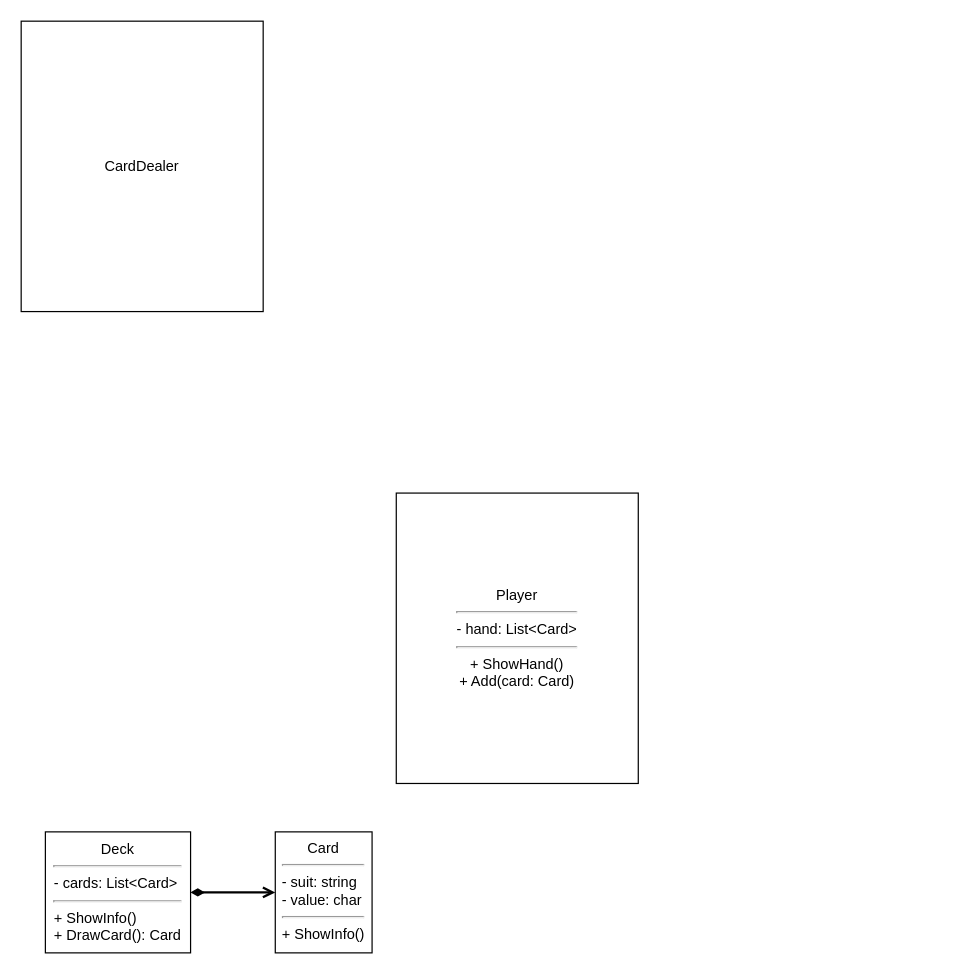
This is page "Колода Карт" (2 of 4) of Диаграмма без названия.drawio from GigaOrts/UML-IJunior, a draw.io file, before an edit. Source tidied: cells renumbered, new cells numbered last; positions are measured from the earlier drawing's top-left corner, leaving out a move shared by most shapes. Both pictures are drawn from the tidied source at 121%, with x=0, y=0 at pixel (21, 21).
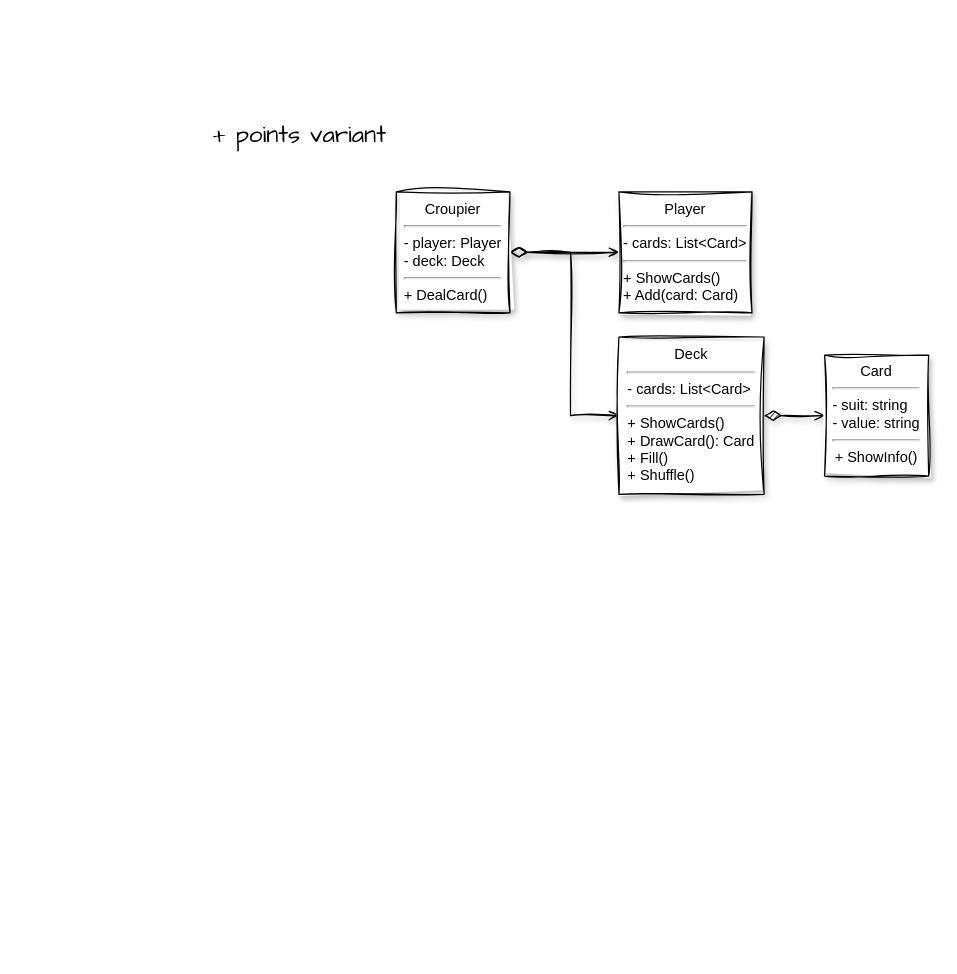
The same diagram, later.

What changed in the source:
```diff
@@
 <mxGraphModel>
   <root>
     <mxCell id="0" />
     <mxCell id="1" parent="0" />
+    <mxCell id="7" style="edgeStyle=orthogonalEdgeStyle;rounded=0;jettySize=auto;html=1;entryX=0;entryY=0.5;entryDx=0;entryDy=0;startArrow=diamondThin;startFill=0;strokeWidth=1;startSize=12;endSize=6;endArrow=open;endFill=0;exitX=1;exitY=0.5;exitDx=0;exitDy=0;sketch=1;curveFitting=1;jiggle=2;shadow=1;" parent="1" edge="1" source="2" target="5">
+      <mxGeometry relative="1" as="geometry">
+        <Array as="points">
+          <mxPoint x="454" y="191" />
+          <mxPoint x="454" y="326" />
+        </Array>
+      </mxGeometry>
+    </mxCell>
+    <mxCell id="8" style="edgeStyle=orthogonalEdgeStyle;jettySize=auto;html=1;startArrow=diamondThin;startFill=0;strokeWidth=1;endSize=6;startSize=12;endArrow=open;endFill=0;entryX=0;entryY=0.5;entryDx=0;entryDy=0;rounded=0;sketch=1;curveFitting=1;jiggle=2;shadow=1;" parent="1" edge="1" source="2" target="3">
+      <mxGeometry relative="1" as="geometry" />
+    </mxCell>
-    <mxCell id="2" value="CardDealer" style="rounded=0;whiteSpace=wrap;html=1;" parent="1" vertex="1">
-      <mxGeometry width="200" height="240" as="geometry" />
+    <mxCell id="2" value="Croupier&lt;br&gt;&lt;hr&gt;&lt;div style=&quot;text-align: left;&quot;&gt;&lt;span style=&quot;background-color: initial;&quot;&gt;- player: Player&lt;/span&gt;&lt;/div&gt;&lt;div style=&quot;text-align: left;&quot;&gt;&lt;span style=&quot;background-color: initial;&quot;&gt;- deck: Deck&lt;/span&gt;&lt;/div&gt;&lt;hr style=&quot;text-align: left;&quot;&gt;&lt;div style=&quot;text-align: left;&quot;&gt;&lt;span style=&quot;background-color: initial;&quot;&gt;+ DealCard()&lt;/span&gt;&lt;/div&gt;" style="rounded=0;whiteSpace=wrap;html=1;sketch=1;curveFitting=1;jiggle=2;shadow=1;" parent="1" vertex="1">
+      <mxGeometry x="310" y="141" width="94" height="100" as="geometry" />
     </mxCell>
-    <mxCell id="3" value="Player&lt;br&gt;&lt;hr&gt;- hand: List&amp;lt;Card&amp;gt;&lt;br&gt;&lt;hr&gt;+ ShowHand()&lt;br&gt;+ Add(card: Card)" style="rounded=0;whiteSpace=wrap;html=1;" parent="1" vertex="1">
-      <mxGeometry x="310" y="390" width="200" height="240" as="geometry" />
+    <mxCell id="3" value="Player&lt;br&gt;&lt;hr&gt;&lt;div style=&quot;text-align: left;&quot;&gt;&lt;span style=&quot;background-color: initial;&quot;&gt;- cards: List&amp;lt;Card&amp;gt;&lt;/span&gt;&lt;/div&gt;&lt;hr style=&quot;text-align: left;&quot;&gt;&lt;div style=&quot;text-align: left;&quot;&gt;&lt;span style=&quot;background-color: initial;&quot;&gt;+ ShowCards()&lt;/span&gt;&lt;/div&gt;&lt;div style=&quot;text-align: left;&quot;&gt;&lt;span style=&quot;background-color: initial;&quot;&gt;+ Add(card: Card)&lt;/span&gt;&lt;/div&gt;" style="rounded=0;whiteSpace=wrap;html=1;sketch=1;curveFitting=1;jiggle=2;shadow=1;" parent="1" vertex="1">
+      <mxGeometry x="494" y="141" width="110" height="100" as="geometry" />
     </mxCell>
-    <mxCell id="4" style="edgeStyle=orthogonalEdgeStyle;rounded=0;jettySize=auto;html=1;startArrow=diamondThin;startFill=1;strokeWidth=2;endArrow=open;endFill=0;" parent="1" edge="1" source="5" target="6">
+    <mxCell id="4" style="edgeStyle=orthogonalEdgeStyle;rounded=0;jettySize=auto;html=1;startArrow=diamondThin;startFill=1;strokeWidth=1;endArrow=open;endFill=0;startSize=12;endSize=6;sketch=1;curveFitting=1;jiggle=2;shadow=1;" parent="1" edge="1" source="5" target="6">
       <mxGeometry relative="1" as="geometry" />
     </mxCell>
-    <mxCell id="5" value="Deck&lt;br&gt;&lt;hr&gt;&lt;div style=&quot;text-align: left;&quot;&gt;&lt;span style=&quot;background-color: initial;&quot;&gt;- cards: List&amp;lt;Card&amp;gt;&lt;/span&gt;&lt;/div&gt;&lt;hr style=&quot;text-align: left;&quot;&gt;&lt;div style=&quot;text-align: left;&quot;&gt;&lt;span style=&quot;background-color: initial;&quot;&gt;+ ShowInfo()&lt;/span&gt;&lt;/div&gt;&lt;div style=&quot;text-align: left;&quot;&gt;&lt;span style=&quot;background-color: initial;&quot;&gt;+ DrawCard(): Card&lt;/span&gt;&lt;/div&gt;" style="rounded=0;whiteSpace=wrap;html=1;fontSize=12;" parent="1" vertex="1">
-      <mxGeometry x="20" y="670" width="120" height="100" as="geometry" />
+    <mxCell id="5" value="Deck&lt;br&gt;&lt;hr&gt;&lt;div style=&quot;text-align: left;&quot;&gt;&lt;span style=&quot;background-color: initial;&quot;&gt;- cards: List&amp;lt;Card&amp;gt;&lt;/span&gt;&lt;/div&gt;&lt;hr style=&quot;text-align: left;&quot;&gt;&lt;div style=&quot;text-align: left;&quot;&gt;&lt;span style=&quot;background-color: initial;&quot;&gt;+ ShowCards()&lt;/span&gt;&lt;/div&gt;&lt;div style=&quot;text-align: left;&quot;&gt;&lt;span style=&quot;background-color: initial;&quot;&gt;+ DrawCard(): Card&lt;/span&gt;&lt;/div&gt;&lt;div style=&quot;text-align: left;&quot;&gt;&lt;span style=&quot;background-color: initial;&quot;&gt;+ Fill()&lt;/span&gt;&lt;/div&gt;&lt;div style=&quot;text-align: left;&quot;&gt;&lt;span style=&quot;background-color: initial;&quot;&gt;+ Shuffle()&lt;/span&gt;&lt;/div&gt;" style="rounded=0;whiteSpace=wrap;html=1;fontSize=12;sketch=1;curveFitting=1;jiggle=2;shadow=1;" parent="1" vertex="1">
+      <mxGeometry x="494" y="261" width="120" height="130" as="geometry" />
     </mxCell>
-    <mxCell id="6" value="&lt;div style=&quot;&quot;&gt;&lt;span style=&quot;background-color: initial;&quot;&gt;Card&lt;/span&gt;&lt;/div&gt;&lt;div style=&quot;&quot;&gt;&lt;hr&gt;&lt;/div&gt;&lt;div style=&quot;text-align: left;&quot;&gt;&lt;span style=&quot;background-color: initial;&quot;&gt;- suit: string&lt;/span&gt;&lt;/div&gt;&lt;div style=&quot;text-align: left;&quot;&gt;&lt;span style=&quot;background-color: initial;&quot;&gt;- value: char&lt;/span&gt;&lt;/div&gt;&lt;hr&gt;+ ShowInfo()" style="rounded=0;whiteSpace=wrap;html=1;align=center;verticalAlign=top;horizontal=1;" parent="1" vertex="1">
-      <mxGeometry x="210" y="670" width="80" height="100" as="geometry" />
+    <mxCell id="6" value="&lt;div style=&quot;&quot;&gt;&lt;span style=&quot;background-color: initial;&quot;&gt;Card&lt;/span&gt;&lt;/div&gt;&lt;div style=&quot;&quot;&gt;&lt;hr&gt;&lt;/div&gt;&lt;div style=&quot;text-align: left;&quot;&gt;&lt;span style=&quot;background-color: initial;&quot;&gt;- suit: string&lt;/span&gt;&lt;/div&gt;&lt;div style=&quot;text-align: left;&quot;&gt;&lt;span style=&quot;background-color: initial;&quot;&gt;- value: string&lt;/span&gt;&lt;/div&gt;&lt;hr&gt;+ ShowInfo()" style="rounded=0;whiteSpace=wrap;html=1;align=center;verticalAlign=top;horizontal=1;sketch=1;curveFitting=1;jiggle=2;shadow=1;" parent="1" vertex="1">
+      <mxGeometry x="664" y="276" width="86" height="100" as="geometry" />
     </mxCell>
+    <mxCell id="9" value="+ points variant" style="text;html=1;align=center;verticalAlign=middle;strokeColor=none;fillColor=none;fontSize=20;fontFamily=Architects Daughter;" parent="1" vertex="1">
+      <mxGeometry x="145" y="73" width="170" height="40" as="geometry" />
+    </mxCell>
   </root>
 </mxGraphModel>
```
